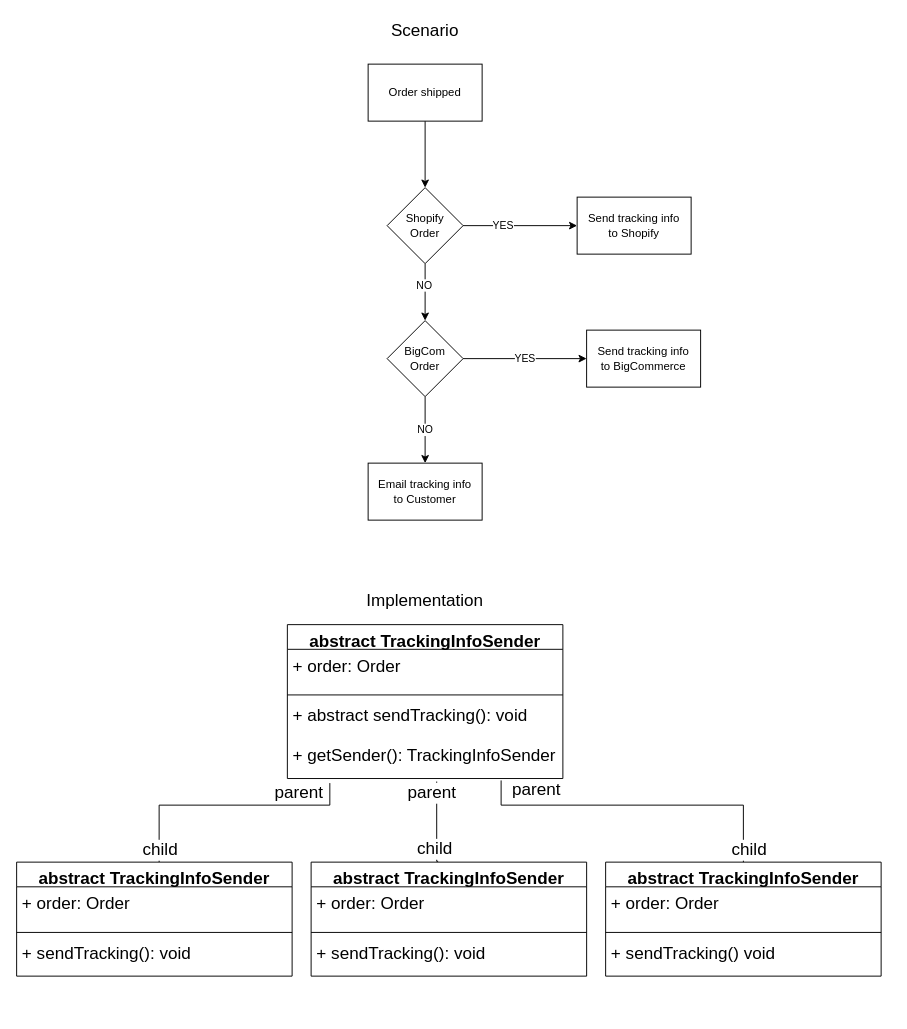
The draw.io diagram src/strategyPattern/diagrams.dio in alexrusin/oop-patterns, before the edit. Source tidied: cells renumbered, new cells numbered last; positions are measured from the earlier drawing's top-left corner, leaving out a move shared by most shapes. Both pictures are drawn from the tidied source at 95%, with x=0, y=0 at pixel (16, 16).
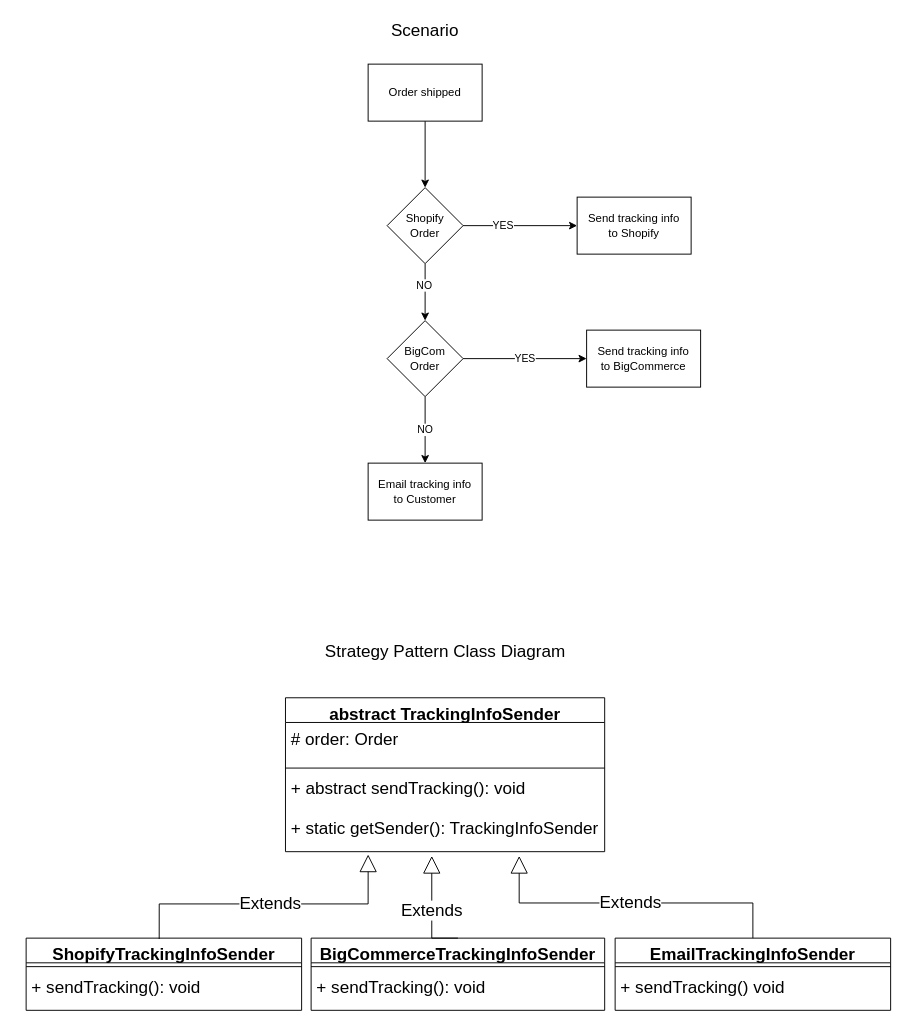
After the change.

What changed in the source:
```diff
@@
-    <mxCell id="16" value="&lt;font style=&quot;font-size: 18px;&quot;&gt;Implementation&lt;/font&gt;" style="text;html=1;strokeColor=none;fillColor=none;align=center;verticalAlign=middle;whiteSpace=wrap;rounded=0;" parent="1" vertex="1">
-      <mxGeometry x="360" y="600" width="140" height="30" as="geometry" />
+    <mxCell id="16" value="&lt;font style=&quot;font-size: 18px;&quot;&gt;Strategy Pattern Class Diagram&lt;/font&gt;" style="text;html=1;strokeColor=none;fillColor=none;align=center;verticalAlign=middle;whiteSpace=wrap;rounded=0;" parent="1" vertex="1">
+      <mxGeometry x="319.5" y="654" width="263" height="30" as="geometry" />
     </mxCell>
     <mxCell id="17" value="abstract TrackingInfoSender" style="swimlane;fontStyle=1;align=center;verticalAlign=top;horizontal=1;startSize=26;fontSize=18;" parent="1" vertex="1">
-      <mxGeometry x="285" y="640" width="290" height="162" as="geometry" />
+      <mxGeometry x="283" y="717" width="336" height="162" as="geometry" />
     </mxCell>
-    <mxCell id="18" value="+ order: Order" style="text;strokeColor=none;fillColor=none;align=left;verticalAlign=top;spacingLeft=4;spacingRight=4;overflow=hidden;fontSize=18;" parent="17" vertex="1">
-      <mxGeometry y="26" width="290" height="44" as="geometry" />
+    <mxCell id="18" value="# order: Order" style="text;strokeColor=none;fillColor=none;align=left;verticalAlign=top;spacingLeft=4;spacingRight=4;overflow=hidden;fontSize=18;" parent="17" vertex="1">
+      <mxGeometry y="26" width="336" height="44" as="geometry" />
     </mxCell>
     <mxCell id="19" style="line;strokeWidth=1;fillColor=none;align=left;verticalAlign=middle;spacingTop=-1;spacingLeft=3;spacingRight=3;labelPosition=right;strokeColor=inherit;fontSize=18;" parent="17" vertex="1">
-      <mxGeometry y="70" width="290" height="8" as="geometry" />
+      <mxGeometry y="70" width="336" height="8" as="geometry" />
     </mxCell>
     <mxCell id="20" value="+ abstract sendTracking(): void" style="text;strokeColor=none;fillColor=none;align=left;verticalAlign=top;spacingLeft=4;spacingRight=4;overflow=hidden;fontSize=18;" parent="17" vertex="1">
-      <mxGeometry y="78" width="290" height="42" as="geometry" />
+      <mxGeometry y="78" width="336" height="42" as="geometry" />
     </mxCell>
-    <mxCell id="21" value="+ getSender(): TrackingInfoSender" style="text;strokeColor=none;fillColor=none;align=left;verticalAlign=top;spacingLeft=4;spacingRight=4;overflow=hidden;points=[[0,0.5],[1,0.5]];portConstraint=eastwest;fontSize=18;" parent="17" vertex="1">
-      <mxGeometry y="120" width="290" height="42" as="geometry" />
+    <mxCell id="21" value="+ static getSender(): TrackingInfoSender" style="text;strokeColor=none;fillColor=none;align=left;verticalAlign=top;spacingLeft=4;spacingRight=4;overflow=hidden;points=[[0,0.5],[1,0.5]];portConstraint=eastwest;fontSize=18;" parent="17" vertex="1">
+      <mxGeometry y="120" width="336" height="42" as="geometry" />
     </mxCell>
-    <mxCell id="22" style="endArrow=none;html=1;edgeStyle=orthogonalEdgeStyle;fontSize=18;exitX=0.137;exitY=1.114;exitDx=0;exitDy=0;exitPerimeter=0;entryX=0.5;entryY=0;entryDx=0;entryDy=0;rounded=0;" parent="17" edge="1">
-      <mxGeometry relative="1" as="geometry">
-        <mxPoint x="44.7" y="166.8" as="sourcePoint" />
-        <mxPoint x="-135" y="250" as="targetPoint" />
-        <Array as="points">
-          <mxPoint x="45" y="190" />
-          <mxPoint x="-135" y="190" />
-        </Array>
-      </mxGeometry>
-    </mxCell>
-    <mxCell id="23" value="parent" style="edgeLabel;html=1;align=left;verticalAlign=bottom;fontSize=18;" parent="22" vertex="1">
-      <mxGeometry x="-1" relative="1" as="geometry">
-        <mxPoint x="-60" y="23" as="offset" />
-      </mxGeometry>
-    </mxCell>
-    <mxCell id="24" value="child" style="edgeLabel;html=1;align=right;verticalAlign=bottom;fontSize=18;" parent="22" vertex="1">
-      <mxGeometry x="1" relative="1" as="geometry">
-        <mxPoint x="20" as="offset" />
-      </mxGeometry>
-    </mxCell>
-    <mxCell id="25" value="abstract TrackingInfoSender" style="swimlane;fontStyle=1;align=center;verticalAlign=top;horizontal=1;startSize=26;fontSize=18;" parent="1" vertex="1">
-      <mxGeometry y="890" width="290" height="120" as="geometry" />
+    <mxCell id="25" value="ShopifyTrackingInfoSender" style="swimlane;fontStyle=1;align=center;verticalAlign=top;horizontal=1;startSize=26;fontSize=18;" parent="1" vertex="1">
+      <mxGeometry x="10" y="970" width="290" height="76" as="geometry" />
     </mxCell>
-    <mxCell id="26" value="+ order: Order" style="text;strokeColor=none;fillColor=none;align=left;verticalAlign=top;spacingLeft=4;spacingRight=4;overflow=hidden;fontSize=18;" parent="25" vertex="1">
-      <mxGeometry y="26" width="290" height="44" as="geometry" />
-    </mxCell>
     <mxCell id="27" style="line;strokeWidth=1;fillColor=none;align=left;verticalAlign=middle;spacingTop=-1;spacingLeft=3;spacingRight=3;labelPosition=right;strokeColor=inherit;fontSize=18;" parent="25" vertex="1">
-      <mxGeometry y="70" width="290" height="8" as="geometry" />
+      <mxGeometry y="26" width="290" height="8" as="geometry" />
     </mxCell>
     <mxCell id="28" value="+ sendTracking(): void" style="text;strokeColor=none;fillColor=none;align=left;verticalAlign=top;spacingLeft=4;spacingRight=4;overflow=hidden;fontSize=18;" parent="25" vertex="1">
-      <mxGeometry y="78" width="290" height="42" as="geometry" />
+      <mxGeometry y="34" width="290" height="42" as="geometry" />
     </mxCell>
-    <mxCell id="29" value="abstract TrackingInfoSender" style="swimlane;fontStyle=1;align=center;verticalAlign=top;horizontal=1;startSize=26;fontSize=18;" parent="1" vertex="1">
-      <mxGeometry x="310" y="890" width="290" height="120" as="geometry" />
+    <mxCell id="29" value="BigCommerceTrackingInfoSender" style="swimlane;fontStyle=1;align=center;verticalAlign=top;horizontal=1;startSize=26;fontSize=18;" parent="1" vertex="1">
+      <mxGeometry x="310" y="970" width="309" height="76" as="geometry" />
     </mxCell>
-    <mxCell id="30" value="+ order: Order" style="text;strokeColor=none;fillColor=none;align=left;verticalAlign=top;spacingLeft=4;spacingRight=4;overflow=hidden;fontSize=18;" parent="29" vertex="1">
-      <mxGeometry y="26" width="290" height="44" as="geometry" />
-    </mxCell>
     <mxCell id="31" style="line;strokeWidth=1;fillColor=none;align=left;verticalAlign=middle;spacingTop=-1;spacingLeft=3;spacingRight=3;labelPosition=right;strokeColor=inherit;fontSize=18;" parent="29" vertex="1">
-      <mxGeometry y="70" width="290" height="8" as="geometry" />
+      <mxGeometry y="26" width="309" height="8" as="geometry" />
     </mxCell>
     <mxCell id="32" value="+ sendTracking(): void" style="text;strokeColor=none;fillColor=none;align=left;verticalAlign=top;spacingLeft=4;spacingRight=4;overflow=hidden;fontSize=18;" parent="29" vertex="1">
-      <mxGeometry y="78" width="290" height="42" as="geometry" />
+      <mxGeometry y="34" width="309" height="42" as="geometry" />
     </mxCell>
-    <mxCell id="33" value="abstract TrackingInfoSender" style="swimlane;fontStyle=1;align=center;verticalAlign=top;horizontal=1;startSize=26;fontSize=18;" parent="1" vertex="1">
-      <mxGeometry x="620" y="890" width="290" height="120" as="geometry" />
+    <mxCell id="33" value="EmailTrackingInfoSender" style="swimlane;fontStyle=1;align=center;verticalAlign=top;horizontal=1;startSize=26;fontSize=18;" parent="1" vertex="1">
+      <mxGeometry x="630" y="970" width="290" height="76" as="geometry" />
     </mxCell>
-    <mxCell id="34" value="+ order: Order" style="text;strokeColor=none;fillColor=none;align=left;verticalAlign=top;spacingLeft=4;spacingRight=4;overflow=hidden;fontSize=18;" parent="33" vertex="1">
-      <mxGeometry y="26" width="290" height="44" as="geometry" />
-    </mxCell>
     <mxCell id="35" style="line;strokeWidth=1;fillColor=none;align=left;verticalAlign=middle;spacingTop=-1;spacingLeft=3;spacingRight=3;labelPosition=right;strokeColor=inherit;fontSize=18;" parent="33" vertex="1">
-      <mxGeometry y="70" width="290" height="8" as="geometry" />
+      <mxGeometry y="26" width="290" height="8" as="geometry" />
     </mxCell>
     <mxCell id="36" value="+ sendTracking() void" style="text;strokeColor=none;fillColor=none;align=left;verticalAlign=top;spacingLeft=4;spacingRight=4;overflow=hidden;fontSize=18;" parent="33" vertex="1">
-      <mxGeometry y="78" width="290" height="42" as="geometry" />
+      <mxGeometry y="34" width="290" height="42" as="geometry" />
     </mxCell>
-    <mxCell id="37" style="endArrow=none;html=1;edgeStyle=orthogonalEdgeStyle;fontSize=18;entryX=0.461;entryY=-0.007;entryDx=0;entryDy=0;rounded=0;exitX=0.542;exitY=1.076;exitDx=0;exitDy=0;exitPerimeter=0;entryPerimeter=0;" parent="1" edge="1" source="21" target="29">
-      <mxGeometry relative="1" as="geometry">
-        <Array as="points">
-          <mxPoint x="442" y="889" />
-        </Array>
-      </mxGeometry>
-    </mxCell>
-    <mxCell id="38" value="parent" style="edgeLabel;html=1;align=left;verticalAlign=bottom;fontSize=18;" parent="37" vertex="1">
-      <mxGeometry x="-1" relative="1" as="geometry">
-        <mxPoint x="-32" y="25" as="offset" />
-      </mxGeometry>
-    </mxCell>
-    <mxCell id="39" value="child" style="edgeLabel;html=1;align=right;verticalAlign=bottom;fontSize=18;" parent="37" vertex="1">
-      <mxGeometry x="1" relative="1" as="geometry">
-        <mxPoint x="16" as="offset" />
-      </mxGeometry>
-    </mxCell>
-    <mxCell id="40" style="endArrow=none;html=1;edgeStyle=orthogonalEdgeStyle;fontSize=18;entryX=0.5;entryY=0;entryDx=0;entryDy=0;rounded=0;" parent="1" edge="1" target="33">
-      <mxGeometry relative="1" as="geometry">
-        <mxPoint x="510" y="804" as="sourcePoint" />
-        <Array as="points">
-          <mxPoint x="510" y="830" />
-          <mxPoint x="765" y="830" />
-        </Array>
-      </mxGeometry>
-    </mxCell>
-    <mxCell id="41" value="parent" style="edgeLabel;html=1;align=left;verticalAlign=bottom;fontSize=18;" parent="40" vertex="1">
-      <mxGeometry x="-1" relative="1" as="geometry">
-        <mxPoint x="10" y="23" as="offset" />
-      </mxGeometry>
-    </mxCell>
-    <mxCell id="42" value="child" style="edgeLabel;html=1;align=right;verticalAlign=bottom;fontSize=18;" parent="40" vertex="1">
-      <mxGeometry x="1" relative="1" as="geometry">
-        <mxPoint x="25" as="offset" />
-      </mxGeometry>
-    </mxCell>
+    <mxCell id="43" value="Extends" style="endArrow=block;endSize=16;endFill=0;html=1;rounded=0;fontSize=18;exitX=0.483;exitY=0.012;exitDx=0;exitDy=0;exitPerimeter=0;entryX=0.259;entryY=1.071;entryDx=0;entryDy=0;entryPerimeter=0;edgeStyle=orthogonalEdgeStyle;" parent="1" edge="1" source="25" target="21">
+      <mxGeometry relative="1" as="geometry">
+        <Array as="points">
+          <mxPoint x="150" y="934" />
+          <mxPoint x="370" y="934" />
+        </Array>
+      </mxGeometry>
+    </mxCell>
+    <mxCell id="44" value="Extends" style="endArrow=block;endSize=16;endFill=0;html=1;rounded=0;fontSize=18;exitX=0.5;exitY=0;exitDx=0;exitDy=0;entryX=0.259;entryY=1.071;entryDx=0;entryDy=0;entryPerimeter=0;edgeStyle=orthogonalEdgeStyle;" parent="1" edge="1" source="29">
+      <mxGeometry relative="1" as="geometry">
+        <mxPoint x="437" y="883.5" as="targetPoint" />
+        <Array as="points">
+          <mxPoint x="437" y="970" />
+        </Array>
+      </mxGeometry>
+    </mxCell>
+    <mxCell id="45" value="Extends" style="endArrow=block;endSize=16;endFill=0;html=1;rounded=0;fontSize=18;entryX=0.259;entryY=1.071;entryDx=0;entryDy=0;entryPerimeter=0;edgeStyle=orthogonalEdgeStyle;exitX=0.5;exitY=0;exitDx=0;exitDy=0;" parent="1" edge="1" source="33">
+      <mxGeometry relative="1" as="geometry">
+        <mxPoint x="529" y="883.5" as="targetPoint" />
+        <Array as="points">
+          <mxPoint x="775" y="933" />
+          <mxPoint x="529" y="933" />
+        </Array>
+      </mxGeometry>
+    </mxCell>
```
